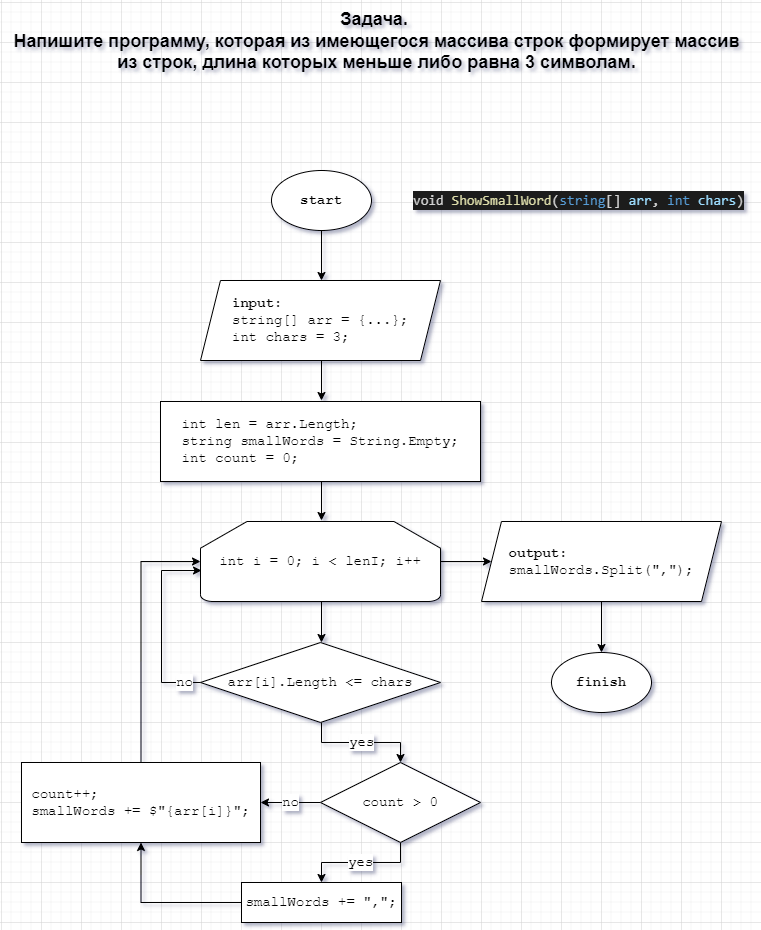
Above: GB/01. 05. Choice of specialization/Seminars/test_task_ver.2.drawio.png in Inf-Sub/Education (draw.io), before the change. Source tidied: cells renumbered, new cells last; positions are measured from the earlier drawing's top-left corner, leaving out a move shared by most shapes.
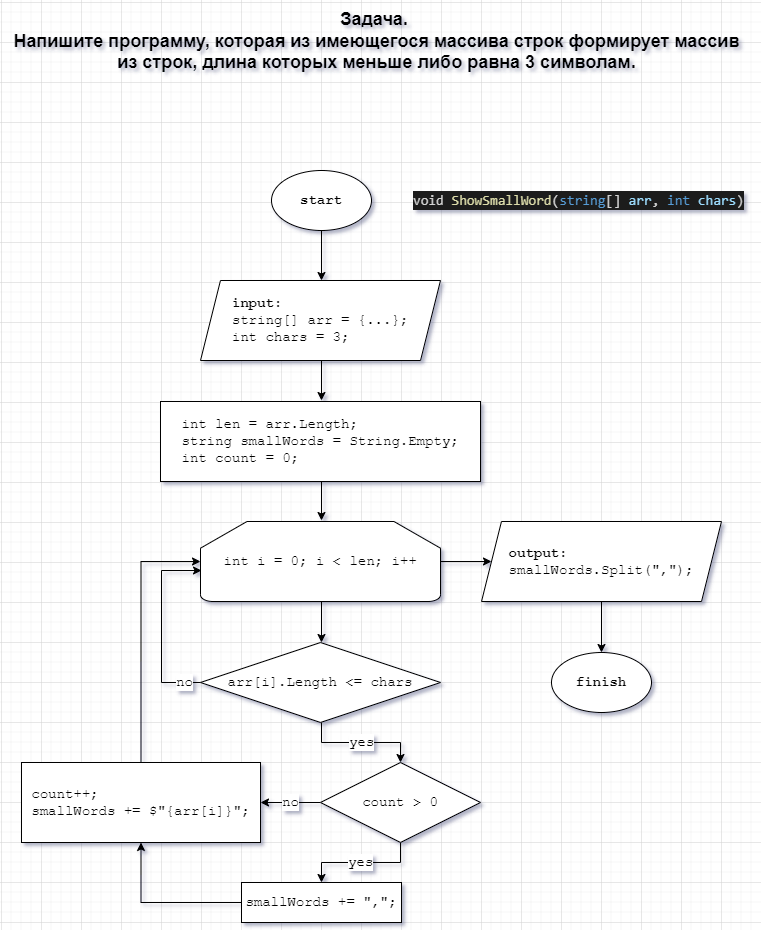
The same diagram one commit later.

What changed in the source:
```diff
@@ -22,7 +22,7 @@
     <mxCell id="6" style="edgeStyle=orthogonalEdgeStyle;rounded=0;jettySize=auto;html=1;fontFamily=Courier New;fontSize=14;" parent="1" edge="1" source="7" target="20">
       <mxGeometry relative="1" as="geometry" />
     </mxCell>
-    <mxCell id="7" value="&lt;font style=&quot;font-size: 14px;&quot;&gt;int i = 0; i &amp;lt; lenI; i++&lt;/font&gt;" style="strokeWidth=1;html=1;shape=mxgraph.flowchart.loop_limit;whiteSpace=wrap;fontSize=14;fontFamily=Courier New;" parent="1" vertex="1">
+    <mxCell id="7" value="&lt;font style=&quot;font-size: 14px;&quot;&gt;int i = 0; i &amp;lt; len; i++&lt;/font&gt;" style="strokeWidth=1;html=1;shape=mxgraph.flowchart.loop_limit;whiteSpace=wrap;fontSize=14;fontFamily=Courier New;" parent="1" vertex="1">
       <mxGeometry x="199" y="520" width="240" height="80" as="geometry" />
     </mxCell>
     <mxCell id="8" style="edgeStyle=orthogonalEdgeStyle;rounded=0;orthogonalLoop=1;jettySize=auto;html=1;fontSize=14;fontFamily=Courier New;" parent="1" edge="1">
```
